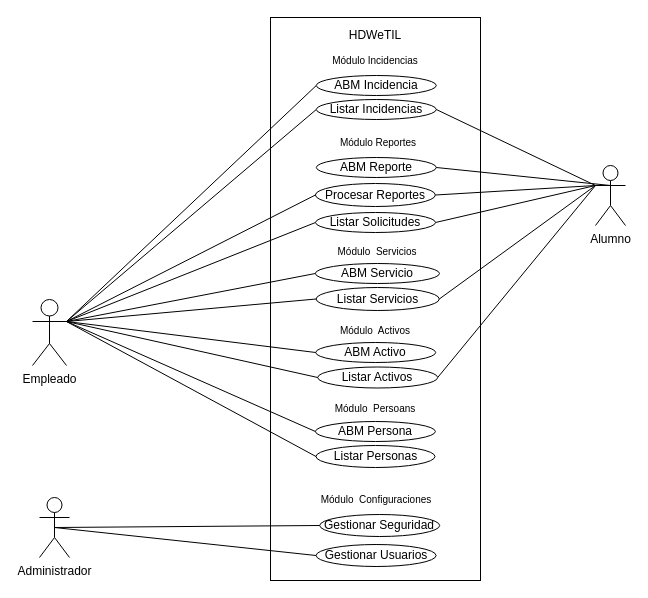
Before: page "CU-03" (3 of 4) of documentation/Modelo/Plan-Requisito/Casos_Uso/CasoUso.drawio in RodSebDaS/HDWeTIL, a draw.io diagram. Source tidied: cells renumbered, new cells numbered last; positions are measured from the earlier drawing's top-left corner, leaving out a move shared by most shapes. Both pictures are drawn from the tidied source at 100%, with x=0, y=0 at pixel (32, 17).
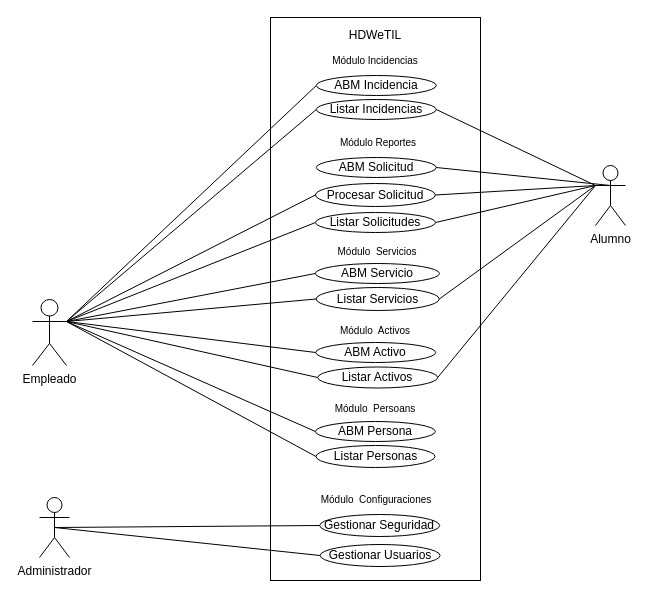
The same page after the edit.

The edit, as a diff of the source:
```diff
@@
-    <mxCell id="13" value="ABM Reporte" style="ellipse;whiteSpace=wrap;html=1;" parent="1" vertex="1">
+    <mxCell id="13" value="ABM Solicitud" style="ellipse;whiteSpace=wrap;html=1;" parent="1" vertex="1">
       <mxGeometry x="283.8" y="140" width="120" height="20" as="geometry" />
     </mxCell>
@@
-    <mxCell id="15" value="Procesar Reportes" style="ellipse;whiteSpace=wrap;html=1;" parent="1" vertex="1">
+    <mxCell id="15" value="Procesar Solicitud" style="ellipse;whiteSpace=wrap;html=1;" parent="1" vertex="1">
       <mxGeometry x="282.9" y="166" width="120" height="23" as="geometry" />
     </mxCell>
@@
     <mxCell id="43" value="Gestionar Usuarios" style="ellipse;whiteSpace=wrap;html=1;fontFamily=Helvetica;" parent="1" vertex="1">
-      <mxGeometry x="283.6" y="527" width="120" height="22" as="geometry" />
+      <mxGeometry x="287.6" y="527" width="120" height="22" as="geometry" />
     </mxCell>
```
